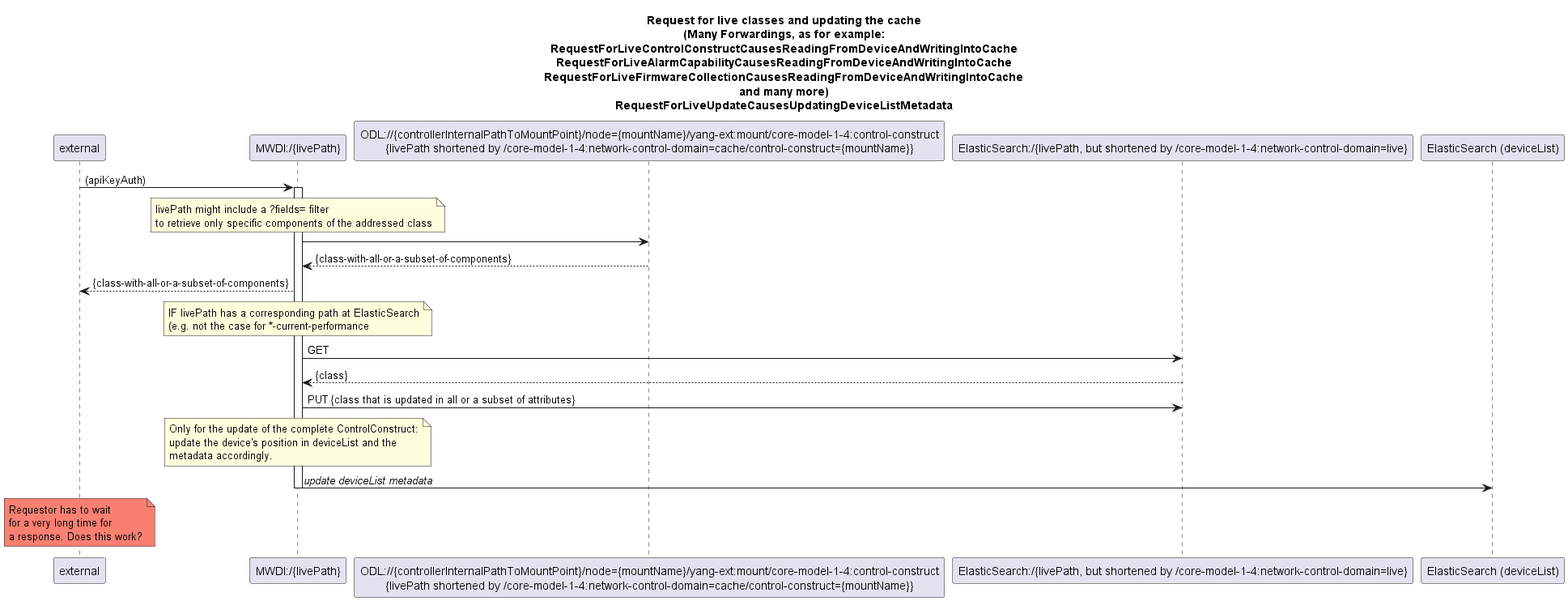
openBackhaul/MicroWaveDeviceInventory keeps this PlantUML diagram as spec/diagrams/500_LiveRessourcePathWithCacheUpdate.png. Above is the earlier version.
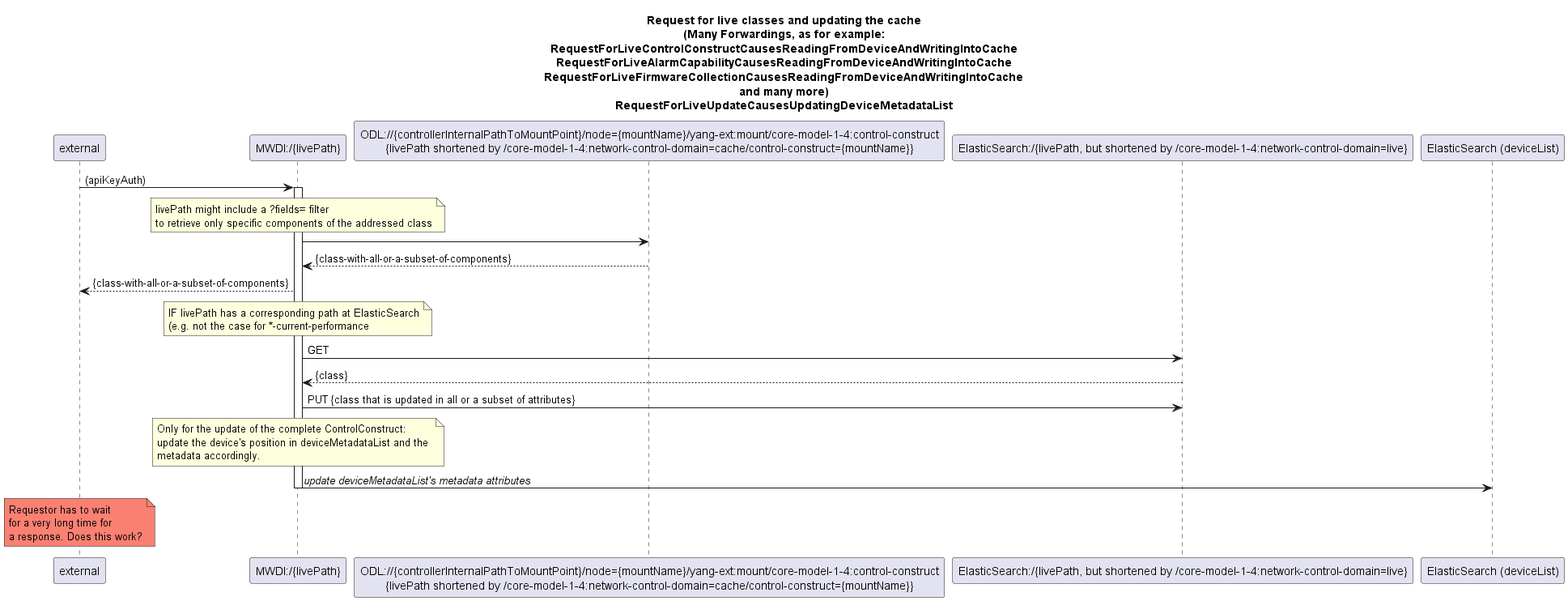
After the commit.

What changed in the source:
```diff
@@ -8,7 +8,7 @@
 RequestForLiveAlarmCapabilityCausesReadingFromDeviceAndWritingIntoCache
 RequestForLiveFirmwareCollectionCausesReadingFromDeviceAndWritingIntoCache
 and many more)
-RequestForLiveUpdateCausesUpdatingDeviceListMetadata
+RequestForLiveUpdateCausesUpdatingDeviceMetadataList
 end title
 
 
@@ -41,10 +41,10 @@
 
 note over LiveControlConstructClass
   Only for the update of the complete ControlConstruct:
-  update the device's position in deviceList and the
+  update the device's position in deviceMetadataList and the
   metadata accordingly.
 end note
-LiveControlConstructClass -> deviceList: <i>update deviceList metadata</i>
+LiveControlConstructClass -> deviceList: <i>update deviceMetadataList's metadata attributes</i>
 
 deactivate LiveControlConstructClass
 
```
